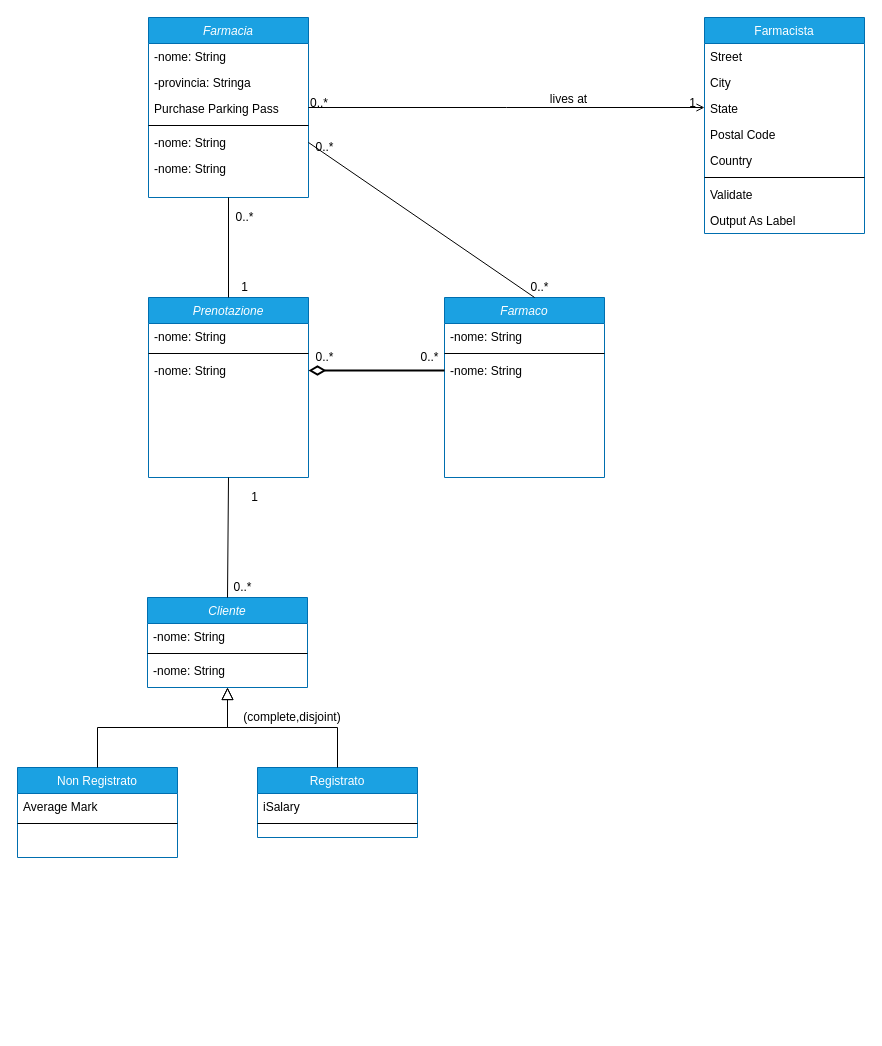
lnwor/farmabyte-doc keeps this draw.io diagram as ModelloDominio.drawio. Above is the earlier version. Source tidied: cells renumbered, new cells numbered last; positions are measured from the earlier drawing's top-left corner, leaving out a move shared by most shapes. Both pictures are drawn from the tidied source at 100%, with x=0, y=0 at pixel (17, 17).
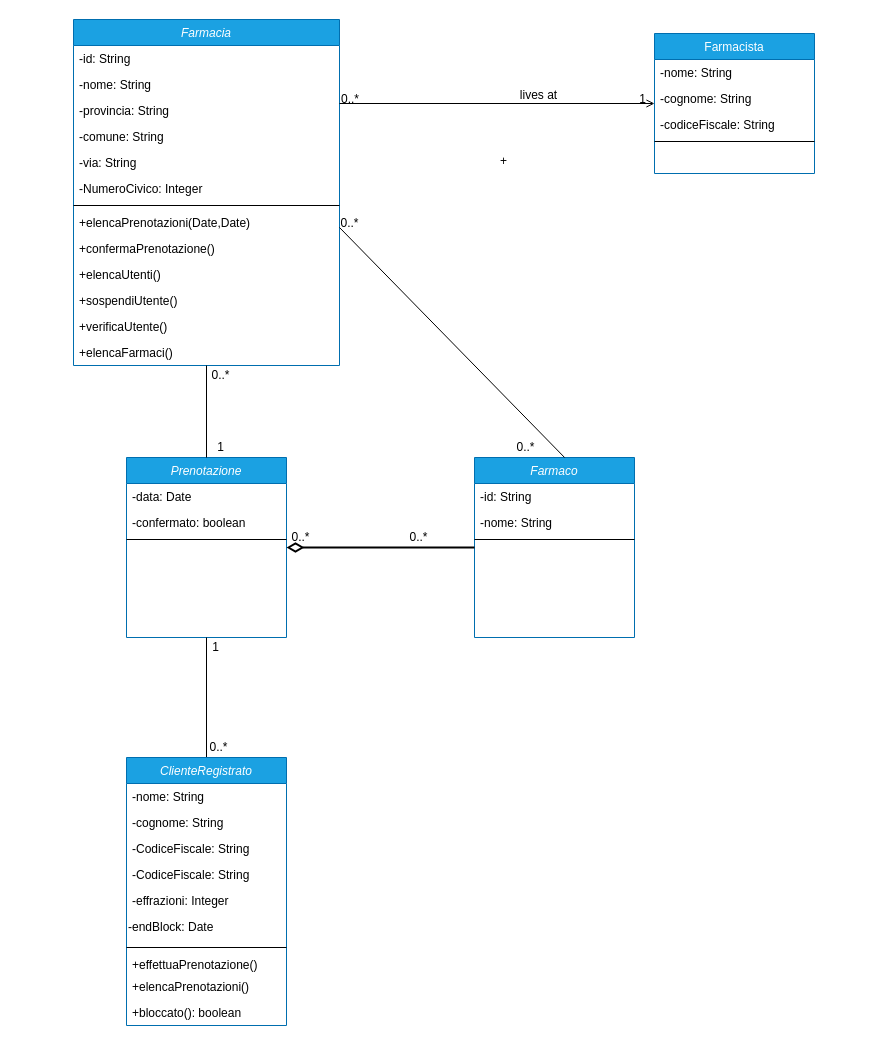
The same page after the edit.

Diff of the diagram source:
```diff
@@
     <mxCell id="2" value="Farmacia" style="swimlane;fontStyle=2;align=center;verticalAlign=top;horizontal=1;startSize=26;rounded=0;shadow=0;strokeWidth=1;fillColor=#1ba1e2;strokeColor=#006EAF;fontColor=#ffffff;" parent="1" vertex="1">
-      <mxGeometry x="131" width="160" height="180" as="geometry" />
+      <mxGeometry x="56" y="2" width="266" height="346" as="geometry" />
     </mxCell>
+    <mxCell id="5" value="-id: String" style="text;align=left;verticalAlign=top;spacingLeft=4;spacingRight=4;overflow=hidden;" parent="2" vertex="1">
+      <mxGeometry y="26" width="266" height="26" as="geometry" />
+    </mxCell>
     <mxCell id="3" value="-nome: String&#10;" style="text;align=left;verticalAlign=top;spacingLeft=4;spacingRight=4;overflow=hidden;" parent="2" vertex="1">
-      <mxGeometry y="26" width="160" height="26" as="geometry" />
+      <mxGeometry y="52" width="266" height="26" as="geometry" />
     </mxCell>
-    <mxCell id="4" value="-provincia: Stringa" style="text;align=left;verticalAlign=top;spacingLeft=4;spacingRight=4;overflow=hidden;rounded=0;shadow=0;html=0;" parent="2" vertex="1">
-      <mxGeometry y="52" width="160" height="26" as="geometry" />
+    <mxCell id="4" value="-provincia: String" style="text;align=left;verticalAlign=top;spacingLeft=4;spacingRight=4;overflow=hidden;rounded=0;shadow=0;html=0;" parent="2" vertex="1">
+      <mxGeometry y="78" width="266" height="26" as="geometry" />
     </mxCell>
-    <mxCell id="5" value="Purchase Parking Pass" style="text;align=left;verticalAlign=top;spacingLeft=4;spacingRight=4;overflow=hidden;" parent="2" vertex="1">
-      <mxGeometry y="78" width="160" height="26" as="geometry" />
-    </mxCell>
+    <mxCell id="55" value="-comune: String" style="text;align=left;verticalAlign=top;spacingLeft=4;spacingRight=4;overflow=hidden;rounded=0;shadow=0;html=0;" parent="2" vertex="1">
+      <mxGeometry y="104" width="266" height="26" as="geometry" />
+    </mxCell>
+    <mxCell id="56" value="-via: String" style="text;align=left;verticalAlign=top;spacingLeft=4;spacingRight=4;overflow=hidden;" parent="2" vertex="1">
+      <mxGeometry y="130" width="266" height="26" as="geometry" />
+    </mxCell>
+    <mxCell id="57" value="-NumeroCivico: Integer" style="text;align=left;verticalAlign=top;spacingLeft=4;spacingRight=4;overflow=hidden;" parent="2" vertex="1">
+      <mxGeometry y="156" width="266" height="26" as="geometry" />
+    </mxCell>
     <mxCell id="6" style="line;html=1;strokeWidth=1;align=left;verticalAlign=middle;spacingTop=-1;spacingLeft=3;spacingRight=3;labelPosition=right;" parent="2" vertex="1">
-      <mxGeometry y="104" width="160" height="8" as="geometry" />
+      <mxGeometry y="182" width="266" height="8" as="geometry" />
     </mxCell>
-    <mxCell id="7" value="-nome: String&#10;" style="text;align=left;verticalAlign=top;spacingLeft=4;spacingRight=4;overflow=hidden;points=[[0,0.5],[1,0.5]];portConstraint=eastwest;" parent="2" vertex="1">
-      <mxGeometry y="112" width="160" height="26" as="geometry" />
+    <mxCell id="7" value="+elencaPrenotazioni(Date,Date)" style="text;align=left;verticalAlign=top;spacingLeft=4;spacingRight=4;overflow=hidden;points=[[0,0.5],[1,0.5]];portConstraint=eastwest;" parent="2" vertex="1">
+      <mxGeometry y="190" width="266" height="26" as="geometry" />
     </mxCell>
-    <mxCell id="8" value="-nome: String&#10;" style="text;align=left;verticalAlign=top;spacingLeft=4;spacingRight=4;overflow=hidden;" parent="2" vertex="1">
-      <mxGeometry y="138" width="160" height="26" as="geometry" />
+    <mxCell id="8" value="+confermaPrenotazione()" style="text;align=left;verticalAlign=top;spacingLeft=4;spacingRight=4;overflow=hidden;" parent="2" vertex="1">
+      <mxGeometry y="216" width="266" height="26" as="geometry" />
     </mxCell>
+    <mxCell id="58" value="+elencaUtenti()" style="text;align=left;verticalAlign=top;spacingLeft=4;spacingRight=4;overflow=hidden;" parent="2" vertex="1">
+      <mxGeometry y="242" width="266" height="26" as="geometry" />
+    </mxCell>
+    <mxCell id="59" value="+sospendiUtente()" style="text;align=left;verticalAlign=top;spacingLeft=4;spacingRight=4;overflow=hidden;" parent="2" vertex="1">
+      <mxGeometry y="268" width="266" height="26" as="geometry" />
+    </mxCell>
+    <mxCell id="60" value="+verificaUtente()" style="text;align=left;verticalAlign=top;spacingLeft=4;spacingRight=4;overflow=hidden;" parent="2" vertex="1">
+      <mxGeometry y="294" width="266" height="26" as="geometry" />
+    </mxCell>
+    <mxCell id="61" value="+elencaFarmaci()" style="text;align=left;verticalAlign=top;spacingLeft=4;spacingRight=4;overflow=hidden;" parent="2" vertex="1">
+      <mxGeometry y="320" width="266" height="26" as="geometry" />
+    </mxCell>
     <mxCell id="9" value="Farmacista" style="swimlane;fontStyle=0;align=center;verticalAlign=top;horizontal=1;startSize=26;rounded=0;shadow=0;strokeWidth=1;fillColor=#1ba1e2;strokeColor=#006EAF;fontColor=#ffffff;" parent="1" vertex="1">
-      <mxGeometry x="687" width="160" height="216" as="geometry" />
+      <mxGeometry x="637" y="16" width="160" height="140" as="geometry" />
     </mxCell>
-    <mxCell id="10" value="Street" style="text;align=left;verticalAlign=top;spacingLeft=4;spacingRight=4;overflow=hidden;" parent="9" vertex="1">
+    <mxCell id="10" value="-nome: String" style="text;align=left;verticalAlign=top;spacingLeft=4;spacingRight=4;overflow=hidden;" parent="9" vertex="1">
       <mxGeometry y="26" width="160" height="26" as="geometry" />
     </mxCell>
-    <mxCell id="11" value="City" style="text;align=left;verticalAlign=top;spacingLeft=4;spacingRight=4;overflow=hidden;rounded=0;shadow=0;html=0;" parent="9" vertex="1">
+    <mxCell id="11" value="-cognome: String" style="text;align=left;verticalAlign=top;spacingLeft=4;spacingRight=4;overflow=hidden;rounded=0;shadow=0;html=0;" parent="9" vertex="1">
       <mxGeometry y="52" width="160" height="26" as="geometry" />
     </mxCell>
-    <mxCell id="12" value="State" style="text;align=left;verticalAlign=top;spacingLeft=4;spacingRight=4;overflow=hidden;rounded=0;shadow=0;html=0;" parent="9" vertex="1">
-      <mxGeometry y="78" width="160" height="26" as="geometry" />
-    </mxCell>
-    <mxCell id="13" value="Postal Code" style="text;align=left;verticalAlign=top;spacingLeft=4;spacingRight=4;overflow=hidden;rounded=0;shadow=0;html=0;" parent="9" vertex="1">
-      <mxGeometry y="104" width="160" height="26" as="geometry" />
+    <mxCell id="13" value="-codiceFiscale: String" style="text;align=left;verticalAlign=top;spacingLeft=4;spacingRight=4;overflow=hidden;rounded=0;shadow=0;html=0;" parent="9" vertex="1">
+      <mxGeometry y="78" width="160" height="26" as="geometry" />
     </mxCell>
-    <mxCell id="14" value="Country" style="text;align=left;verticalAlign=top;spacingLeft=4;spacingRight=4;overflow=hidden;rounded=0;shadow=0;html=0;" parent="9" vertex="1">
-      <mxGeometry y="130" width="160" height="26" as="geometry" />
-    </mxCell>
     <mxCell id="15" style="line;html=1;strokeWidth=1;align=left;verticalAlign=middle;spacingTop=-1;spacingLeft=3;spacingRight=3;labelPosition=right;" parent="9" vertex="1">
-      <mxGeometry y="156" width="160" height="8" as="geometry" />
+      <mxGeometry y="104" width="160" height="8" as="geometry" />
     </mxCell>
-    <mxCell id="16" value="Validate" style="text;align=left;verticalAlign=top;spacingLeft=4;spacingRight=4;overflow=hidden;" parent="9" vertex="1">
-      <mxGeometry y="164" width="160" height="26" as="geometry" />
-    </mxCell>
-    <mxCell id="17" value="Output As Label" style="text;align=left;verticalAlign=top;spacingLeft=4;spacingRight=4;overflow=hidden;" parent="9" vertex="1">
-      <mxGeometry y="190" width="160" height="26" as="geometry" />
-    </mxCell>
@@
-    <mxCell id="22" value="Cliente" style="swimlane;fontStyle=2;align=center;verticalAlign=top;horizontal=1;startSize=26;rounded=0;shadow=0;strokeWidth=1;fillColor=#1ba1e2;strokeColor=#006EAF;fontColor=#ffffff;" parent="1" vertex="1">
-      <mxGeometry x="130" y="580" width="160" height="90" as="geometry" />
-    </mxCell>
-    <mxCell id="23" value="-nome: String&#10;" style="text;align=left;verticalAlign=top;spacingLeft=4;spacingRight=4;overflow=hidden;" parent="22" vertex="1">
-      <mxGeometry y="26" width="160" height="26" as="geometry" />
-    </mxCell>
-    <mxCell id="24" style="line;html=1;strokeWidth=1;align=left;verticalAlign=middle;spacingTop=-1;spacingLeft=3;spacingRight=3;labelPosition=right;" parent="22" vertex="1">
-      <mxGeometry y="52" width="160" height="8" as="geometry" />
-    </mxCell>
-    <mxCell id="25" value="-nome: String&#10;" style="text;align=left;verticalAlign=top;spacingLeft=4;spacingRight=4;overflow=hidden;" parent="22" vertex="1">
-      <mxGeometry y="60" width="160" height="26" as="geometry" />
-    </mxCell>
-    <mxCell id="26" value="Non Registrato" style="swimlane;fontStyle=0;align=center;verticalAlign=top;horizontal=1;startSize=26;rounded=0;shadow=0;strokeWidth=1;fillColor=#1ba1e2;strokeColor=#006EAF;fontColor=#ffffff;" parent="1" vertex="1">
-      <mxGeometry y="750" width="160" height="90" as="geometry" />
-    </mxCell>
-    <mxCell id="27" value="Average Mark" style="text;align=left;verticalAlign=top;spacingLeft=4;spacingRight=4;overflow=hidden;rounded=0;shadow=0;html=0;" parent="26" vertex="1">
-      <mxGeometry y="26" width="160" height="26" as="geometry" />
-    </mxCell>
-    <mxCell id="28" style="line;html=1;strokeWidth=1;align=left;verticalAlign=middle;spacingTop=-1;spacingLeft=3;spacingRight=3;labelPosition=right;" parent="26" vertex="1">
-      <mxGeometry y="52" width="160" height="8" as="geometry" />
-    </mxCell>
-    <mxCell id="29" style="endArrow=block;endSize=10;endFill=0;shadow=0;strokeWidth=1;rounded=0;edgeStyle=elbowEdgeStyle;elbow=vertical;" parent="1" edge="1" source="26" target="22">
-      <mxGeometry relative="1" as="geometry" />
-    </mxCell>
-    <mxCell id="30" value="Registrato" style="swimlane;fontStyle=0;align=center;verticalAlign=top;horizontal=1;startSize=26;rounded=0;shadow=0;strokeWidth=1;fillColor=#1ba1e2;strokeColor=#006EAF;fontColor=#ffffff;" parent="1" vertex="1">
-      <mxGeometry x="240" y="750" width="160" height="70" as="geometry" />
-    </mxCell>
-    <mxCell id="31" value="iSalary" style="text;align=left;verticalAlign=top;spacingLeft=4;spacingRight=4;overflow=hidden;" parent="30" vertex="1">
-      <mxGeometry y="26" width="160" height="26" as="geometry" />
-    </mxCell>
-    <mxCell id="32" style="line;html=1;strokeWidth=1;align=left;verticalAlign=middle;spacingTop=-1;spacingLeft=3;spacingRight=3;labelPosition=right;" parent="30" vertex="1">
-      <mxGeometry y="52" width="160" height="8" as="geometry" />
-    </mxCell>
-    <mxCell id="33" style="endArrow=block;endSize=10;endFill=0;shadow=0;strokeWidth=1;rounded=0;edgeStyle=elbowEdgeStyle;elbow=vertical;" parent="1" edge="1" source="30" target="22">
-      <mxGeometry relative="1" as="geometry" />
-    </mxCell>
-    <mxCell id="34" value="(complete,disjoint)" style="text;html=1;strokeColor=none;fillColor=none;align=center;verticalAlign=middle;whiteSpace=wrap;rounded=0;" parent="1" vertex="1">
-      <mxGeometry x="220" y="690" width="110" height="20" as="geometry" />
-    </mxCell>
     <mxCell id="35" value="Farmaco" style="swimlane;fontStyle=2;align=center;verticalAlign=top;horizontal=1;startSize=26;rounded=0;shadow=0;strokeWidth=1;fillColor=#1ba1e2;strokeColor=#006EAF;fontColor=#ffffff;" parent="1" vertex="1">
-      <mxGeometry x="427" y="280" width="160" height="180" as="geometry" />
+      <mxGeometry x="457" y="440" width="160" height="180" as="geometry" />
     </mxCell>
+    <mxCell id="62" value="-id: String" style="text;align=left;verticalAlign=top;spacingLeft=4;spacingRight=4;overflow=hidden;" parent="35" vertex="1">
+      <mxGeometry y="26" width="160" height="26" as="geometry" />
+    </mxCell>
     <mxCell id="36" value="-nome: String&#10;" style="text;align=left;verticalAlign=top;spacingLeft=4;spacingRight=4;overflow=hidden;" parent="35" vertex="1">
-      <mxGeometry y="26" width="160" height="26" as="geometry" />
+      <mxGeometry y="52" width="160" height="26" as="geometry" />
     </mxCell>
     <mxCell id="37" style="line;html=1;strokeWidth=1;align=left;verticalAlign=middle;spacingTop=-1;spacingLeft=3;spacingRight=3;labelPosition=right;" parent="35" vertex="1">
-      <mxGeometry y="52" width="160" height="8" as="geometry" />
+      <mxGeometry y="78" width="160" height="8" as="geometry" />
     </mxCell>
-    <mxCell id="38" value="-nome: String&#10;" style="text;align=left;verticalAlign=top;spacingLeft=4;spacingRight=4;overflow=hidden;points=[[0,0.5],[1,0.5]];portConstraint=eastwest;" parent="35" vertex="1">
-      <mxGeometry y="60" width="160" height="26" as="geometry" />
-    </mxCell>
     <mxCell id="39" value="Prenotazione" style="swimlane;fontStyle=2;align=center;verticalAlign=top;horizontal=1;startSize=26;rounded=0;shadow=0;strokeWidth=1;fillColor=#1ba1e2;strokeColor=#006EAF;fontColor=#ffffff;" parent="1" vertex="1">
-      <mxGeometry x="131" y="280" width="160" height="180" as="geometry" />
+      <mxGeometry x="109" y="440" width="160" height="180" as="geometry" />
     </mxCell>
-    <mxCell id="40" value="-nome: String&#10;" style="text;align=left;verticalAlign=top;spacingLeft=4;spacingRight=4;overflow=hidden;" parent="39" vertex="1">
+    <mxCell id="40" value="-data: Date&#10;" style="text;align=left;verticalAlign=top;spacingLeft=4;spacingRight=4;overflow=hidden;" parent="39" vertex="1">
       <mxGeometry y="26" width="160" height="26" as="geometry" />
     </mxCell>
+    <mxCell id="63" value="-confermato: boolean" style="text;align=left;verticalAlign=top;spacingLeft=4;spacingRight=4;overflow=hidden;" parent="39" vertex="1">
+      <mxGeometry y="52" width="160" height="26" as="geometry" />
+    </mxCell>
     <mxCell id="41" style="line;html=1;strokeWidth=1;align=left;verticalAlign=middle;spacingTop=-1;spacingLeft=3;spacingRight=3;labelPosition=right;" parent="39" vertex="1">
-      <mxGeometry y="52" width="160" height="8" as="geometry" />
+      <mxGeometry y="78" width="160" height="8" as="geometry" />
     </mxCell>
-    <mxCell id="42" value="-nome: String&#10;" style="text;align=left;verticalAlign=top;spacingLeft=4;spacingRight=4;overflow=hidden;points=[[0,0.5],[1,0.5]];portConstraint=eastwest;" parent="39" vertex="1">
-      <mxGeometry y="60" width="160" height="26" as="geometry" />
-    </mxCell>
@@
-    <mxCell id="44" style="endArrow=none;html=1;exitX=0.5;exitY=0;exitDx=0;exitDy=0;entryX=0.5;entryY=1;entryDx=0;entryDy=0;endFill=0;" parent="1" edge="1" source="22" target="39">
+    <mxCell id="44" style="endArrow=none;html=1;exitX=0.5;exitY=0;exitDx=0;exitDy=0;entryX=0.5;entryY=1;entryDx=0;entryDy=0;endFill=0;" parent="1" edge="1" source="64" target="39">
       <mxGeometry relative="1" as="geometry" />
     </mxCell>
-    <mxCell id="45" style="endArrow=none;html=1;exitX=1;exitY=0.5;exitDx=0;exitDy=0;entryX=0;entryY=0.5;entryDx=0;entryDy=0;endFill=0;startSize=12;sourcePerimeterSpacing=13;strokeWidth=2;startArrow=diamondThin;startFill=0;" parent="1" edge="1" source="42" target="38">
+    <mxCell id="45" style="endArrow=none;html=1;exitX=1;exitY=0.5;exitDx=0;exitDy=0;entryX=0;entryY=0.5;entryDx=0;entryDy=0;endFill=0;startSize=12;sourcePerimeterSpacing=13;strokeWidth=2;startArrow=diamondThin;startFill=0;" parent="1" edge="1" source="39" target="35">
       <mxGeometry relative="1" as="geometry" />
     </mxCell>
-    <mxCell id="46" style="endArrow=none;html=1;exitX=1;exitY=0.5;exitDx=0;exitDy=0;entryX=0.563;entryY=0;entryDx=0;entryDy=0;entryPerimeter=0;endFill=0;" parent="1" edge="1" source="7" target="35">
-      <mxGeometry relative="1" as="geometry" />
+    <mxCell id="46" style="endArrow=none;html=1;entryX=0.563;entryY=0;entryDx=0;entryDy=0;entryPerimeter=0;endFill=0;" parent="1" edge="1" target="35">
+      <mxGeometry relative="1" as="geometry">
+        <mxPoint x="322" y="210" as="sourcePoint" />
+      </mxGeometry>
     </mxCell>
     <mxCell id="47" value="0..*" style="text;html=1;align=center;verticalAlign=middle;strokeColor=none;" parent="1" vertex="1">
-      <mxGeometry x="292" y="120" width="30" height="20" as="geometry" />
+      <mxGeometry x="317" y="196" width="30" height="20" as="geometry" />
     </mxCell>
     <mxCell id="48" value="0..*" style="text;html=1;align=center;verticalAlign=middle;strokeColor=none;" parent="1" vertex="1">
-      <mxGeometry x="507" y="260" width="30" height="20" as="geometry" />
+      <mxGeometry x="493" y="420" width="30" height="20" as="geometry" />
     </mxCell>
     <mxCell id="49" value="1" style="text;html=1;align=center;verticalAlign=middle;strokeColor=none;" parent="1" vertex="1">
-      <mxGeometry x="217" y="260" width="20" height="20" as="geometry" />
+      <mxGeometry x="193" y="420" width="20" height="20" as="geometry" />
     </mxCell>
     <mxCell id="50" value="0..*" style="text;html=1;align=center;verticalAlign=middle;strokeColor=none;" parent="1" vertex="1">
-      <mxGeometry x="212" y="190" width="30" height="20" as="geometry" />
+      <mxGeometry x="188" y="348" width="30" height="20" as="geometry" />
     </mxCell>
     <mxCell id="51" value="1" style="text;html=1;align=center;verticalAlign=middle;strokeColor=none;" parent="1" vertex="1">
-      <mxGeometry x="227" y="470" width="20" height="20" as="geometry" />
+      <mxGeometry x="188" y="620" width="20" height="20" as="geometry" />
     </mxCell>
     <mxCell id="52" value="0..*" style="text;html=1;align=center;verticalAlign=middle;strokeColor=none;" parent="1" vertex="1">
-      <mxGeometry x="210" y="560" width="30" height="20" as="geometry" />
+      <mxGeometry x="186" y="720" width="30" height="20" as="geometry" />
     </mxCell>
     <mxCell id="53" value="0..*" style="text;html=1;align=center;verticalAlign=middle;strokeColor=none;" parent="1" vertex="1">
-      <mxGeometry x="292" y="330" width="30" height="20" as="geometry" />
+      <mxGeometry x="268" y="510" width="30" height="20" as="geometry" />
     </mxCell>
     <mxCell id="54" value="0..*" style="text;html=1;align=center;verticalAlign=middle;strokeColor=none;" parent="1" vertex="1">
-      <mxGeometry x="397" y="330" width="30" height="20" as="geometry" />
+      <mxGeometry x="386" y="510" width="30" height="20" as="geometry" />
     </mxCell>
+    <mxCell id="64" value="ClienteRegistrato" style="swimlane;fontStyle=2;align=center;verticalAlign=top;horizontal=1;startSize=26;rounded=0;shadow=0;strokeWidth=1;fillColor=#1ba1e2;strokeColor=#006EAF;fontColor=#ffffff;" parent="1" vertex="1">
+      <mxGeometry x="109" y="740" width="160" height="268" as="geometry" />
+    </mxCell>
+    <mxCell id="23" value="-nome: String&#10;" style="text;align=left;verticalAlign=top;spacingLeft=4;spacingRight=4;overflow=hidden;" parent="64" vertex="1">
+      <mxGeometry y="26" width="160" height="26" as="geometry" />
+    </mxCell>
+    <mxCell id="65" value="-cognome: String" style="text;align=left;verticalAlign=top;spacingLeft=4;spacingRight=4;overflow=hidden;" parent="64" vertex="1">
+      <mxGeometry y="52" width="160" height="26" as="geometry" />
+    </mxCell>
+    <mxCell id="66" value="-CodiceFiscale: String" style="text;align=left;verticalAlign=top;spacingLeft=4;spacingRight=4;overflow=hidden;" parent="64" vertex="1">
+      <mxGeometry y="78" width="160" height="26" as="geometry" />
+    </mxCell>
+    <mxCell id="67" value="-CodiceFiscale: String" style="text;align=left;verticalAlign=top;spacingLeft=4;spacingRight=4;overflow=hidden;" parent="64" vertex="1">
+      <mxGeometry y="104" width="160" height="26" as="geometry" />
+    </mxCell>
+    <mxCell id="68" value="-effrazioni: Integer" style="text;align=left;verticalAlign=top;spacingLeft=4;spacingRight=4;overflow=hidden;" parent="64" vertex="1">
+      <mxGeometry y="130" width="160" height="26" as="geometry" />
+    </mxCell>
+    <mxCell id="69" value="&lt;font face=&quot;helvetica&quot;&gt;-endBlock: Date&lt;/font&gt;" style="text;whiteSpace=wrap;html=1;" parent="64" vertex="1">
+      <mxGeometry y="156" width="160" height="30" as="geometry" />
+    </mxCell>
+    <mxCell id="70" style="line;html=1;strokeWidth=1;align=left;verticalAlign=middle;spacingTop=-1;spacingLeft=3;spacingRight=3;labelPosition=right;" parent="64" vertex="1">
+      <mxGeometry y="186" width="160" height="8" as="geometry" />
+    </mxCell>
+    <mxCell id="71" value="+effettuaPrenotazione()" style="text;align=left;verticalAlign=top;spacingLeft=4;spacingRight=4;overflow=hidden;" parent="64" vertex="1">
+      <mxGeometry y="194" width="160" height="22" as="geometry" />
+    </mxCell>
+    <mxCell id="72" value="+elencaPrenotazioni()" style="text;align=left;verticalAlign=top;spacingLeft=4;spacingRight=4;overflow=hidden;" parent="64" vertex="1">
+      <mxGeometry y="216" width="160" height="26" as="geometry" />
+    </mxCell>
+    <mxCell id="73" value="+bloccato(): boolean" style="text;align=left;verticalAlign=top;spacingLeft=4;spacingRight=4;overflow=hidden;" parent="64" vertex="1">
+      <mxGeometry y="242" width="160" height="26" as="geometry" />
+    </mxCell>
+    <mxCell id="74" value="+" style="text;align=left;verticalAlign=top;spacingLeft=4;spacingRight=4;overflow=hidden;" parent="1" vertex="1">
+      <mxGeometry x="477" y="130" width="160" height="26" as="geometry" />
+    </mxCell>
```
